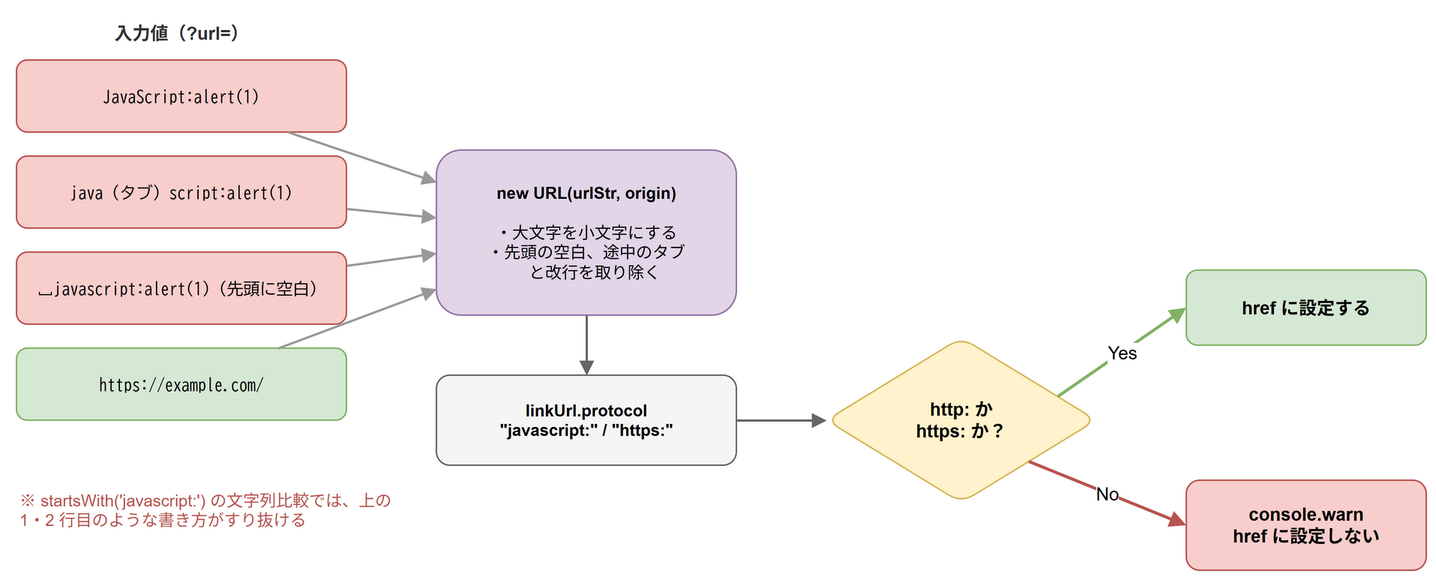
This is images/articles/security-cross-sitescripting-link/url-protocol-check.drawio.png from aew2sbee/zenn, a draw.io export, as it was before one commit. Source tidied: cells renumbered, new cells last; positions are measured from the earlier drawing's top-left corner, leaving out a move shared by most shapes. Its diagram source:
```xml
<mxGraphModel>
  <root>
    <mxCell id="0" />
    <mxCell id="1" parent="0" />
    <mxCell id="2" value="入力値（?url=）" style="text;html=1;whiteSpace=wrap;align=center;verticalAlign=middle;fontSize=12;fontColor=#333333;fontStyle=1;" parent="1" vertex="1">
      <mxGeometry width="220" height="24" as="geometry" />
    </mxCell>
    <mxCell id="3" value="JavaScript:alert(1)" style="rounded=1;whiteSpace=wrap;html=1;fontSize=11;fillColor=#f8cecc;strokeColor=#b85450;fontFamily=monospace;" parent="1" vertex="1">
      <mxGeometry y="30" width="220" height="48" as="geometry" />
    </mxCell>
    <mxCell id="4" value="java（タブ）script:alert(1)" style="rounded=1;whiteSpace=wrap;html=1;fontSize=11;fillColor=#f8cecc;strokeColor=#b85450;fontFamily=monospace;" parent="1" vertex="1">
      <mxGeometry y="94" width="220" height="48" as="geometry" />
    </mxCell>
    <mxCell id="5" value="␣javascript:alert(1)（先頭に空白）" style="rounded=1;whiteSpace=wrap;html=1;fontSize=11;fillColor=#f8cecc;strokeColor=#b85450;fontFamily=monospace;" parent="1" vertex="1">
      <mxGeometry y="158" width="220" height="48" as="geometry" />
    </mxCell>
    <mxCell id="6" value="https://example.com/" style="rounded=1;whiteSpace=wrap;html=1;fontSize=11;fillColor=#d5e8d4;strokeColor=#82b366;fontFamily=monospace;" parent="1" vertex="1">
      <mxGeometry y="222" width="220" height="48" as="geometry" />
    </mxCell>
    <mxCell id="7" value="&lt;b&gt;new URL(urlStr, origin)&lt;/b&gt;&lt;br&gt;&lt;br&gt;・大文字を小文字にする&lt;br&gt;・先頭の空白、途中のタブ&lt;br&gt;　と改行を取り除く" style="rounded=1;whiteSpace=wrap;html=1;fontSize=11;fillColor=#e1d5e7;strokeColor=#9673a6;" parent="1" vertex="1">
      <mxGeometry x="280" y="90" width="200" height="110" as="geometry" />
    </mxCell>
    <mxCell id="8" style="html=1;endArrow=block;endFill=1;strokeColor=#999999;strokeWidth=1.5;fontSize=12;labelBackgroundColor=#ffffff;" parent="1" edge="1" source="3" target="7">
      <mxGeometry relative="1" as="geometry" />
    </mxCell>
    <mxCell id="9" style="html=1;endArrow=block;endFill=1;strokeColor=#999999;strokeWidth=1.5;fontSize=12;labelBackgroundColor=#ffffff;" parent="1" edge="1" source="4" target="7">
      <mxGeometry relative="1" as="geometry" />
    </mxCell>
    <mxCell id="10" style="html=1;endArrow=block;endFill=1;strokeColor=#999999;strokeWidth=1.5;fontSize=12;labelBackgroundColor=#ffffff;" parent="1" edge="1" source="5" target="7">
      <mxGeometry relative="1" as="geometry" />
    </mxCell>
    <mxCell id="11" style="html=1;endArrow=block;endFill=1;strokeColor=#999999;strokeWidth=1.5;fontSize=12;labelBackgroundColor=#ffffff;" parent="1" edge="1" source="6" target="7">
      <mxGeometry relative="1" as="geometry" />
    </mxCell>
    <mxCell id="12" value="linkUrl.protocol&lt;br&gt;&quot;javascript:&quot; / &quot;https:&quot;" style="rounded=1;whiteSpace=wrap;html=1;fontSize=11;fillColor=#f5f5f5;strokeColor=#666666;fontStyle=1;" parent="1" vertex="1">
      <mxGeometry x="280" y="240" width="200" height="60" as="geometry" />
    </mxCell>
    <mxCell id="13" style="html=1;endArrow=block;endFill=1;strokeColor=#666666;strokeWidth=1.5;fontSize=12;labelBackgroundColor=#ffffff;" parent="1" edge="1" source="7" target="12">
      <mxGeometry relative="1" as="geometry" />
    </mxCell>
    <mxCell id="14" value="http: か&lt;br&gt;https: か？" style="rounded=1;whiteSpace=wrap;html=1;fontSize=12;fillColor=#fff2cc;strokeColor=#d6b656;fontStyle=1;rhombus;" parent="1" vertex="1">
      <mxGeometry x="540" y="215" width="180" height="110" as="geometry" />
    </mxCell>
    <mxCell id="15" style="html=1;endArrow=block;endFill=1;strokeColor=#666666;strokeWidth=1.5;fontSize=12;labelBackgroundColor=#ffffff;" parent="1" edge="1" source="12" target="14">
      <mxGeometry relative="1" as="geometry" />
    </mxCell>
    <mxCell id="16" value="href に設定する" style="rounded=1;whiteSpace=wrap;html=1;fontSize=12;fillColor=#d5e8d4;strokeColor=#82b366;fontStyle=1;" parent="1" vertex="1">
      <mxGeometry x="780" y="170" width="160" height="50" as="geometry" />
    </mxCell>
    <mxCell id="17" value="console.warn&lt;br&gt;href に設定しない" style="rounded=1;whiteSpace=wrap;html=1;fontSize=12;fillColor=#f8cecc;strokeColor=#b85450;fontStyle=1;" parent="1" vertex="1">
      <mxGeometry x="780" y="310" width="160" height="60" as="geometry" />
    </mxCell>
    <mxCell id="18" value="Yes" style="html=1;endArrow=block;endFill=1;strokeColor=#82b366;strokeWidth=2;fontSize=12;labelBackgroundColor=#ffffff;exitX=1;exitY=0.3;exitDx=0;exitDy=0;entryX=0;entryY=0.5;entryDx=0;entryDy=0;" parent="1" edge="1" source="14" target="16">
      <mxGeometry relative="1" as="geometry" />
    </mxCell>
    <mxCell id="19" value="No" style="html=1;endArrow=block;endFill=1;strokeColor=#b85450;strokeWidth=2;fontSize=12;labelBackgroundColor=#ffffff;exitX=0.8;exitY=0.8;exitDx=0;exitDy=0;entryX=0;entryY=0.5;entryDx=0;entryDy=0;" parent="1" edge="1" source="14" target="17">
      <mxGeometry relative="1" as="geometry" />
    </mxCell>
    <mxCell id="20" value="※ startsWith('javascript:') の文字列比較では、上の 1・2 行目のような書き方がすり抜ける" style="text;html=1;whiteSpace=wrap;align=left;verticalAlign=middle;fontSize=11;fontColor=#b85450;" parent="1" vertex="1">
      <mxGeometry y="300" width="260" height="60" as="geometry" />
    </mxCell>
  </root>
</mxGraphModel>
```
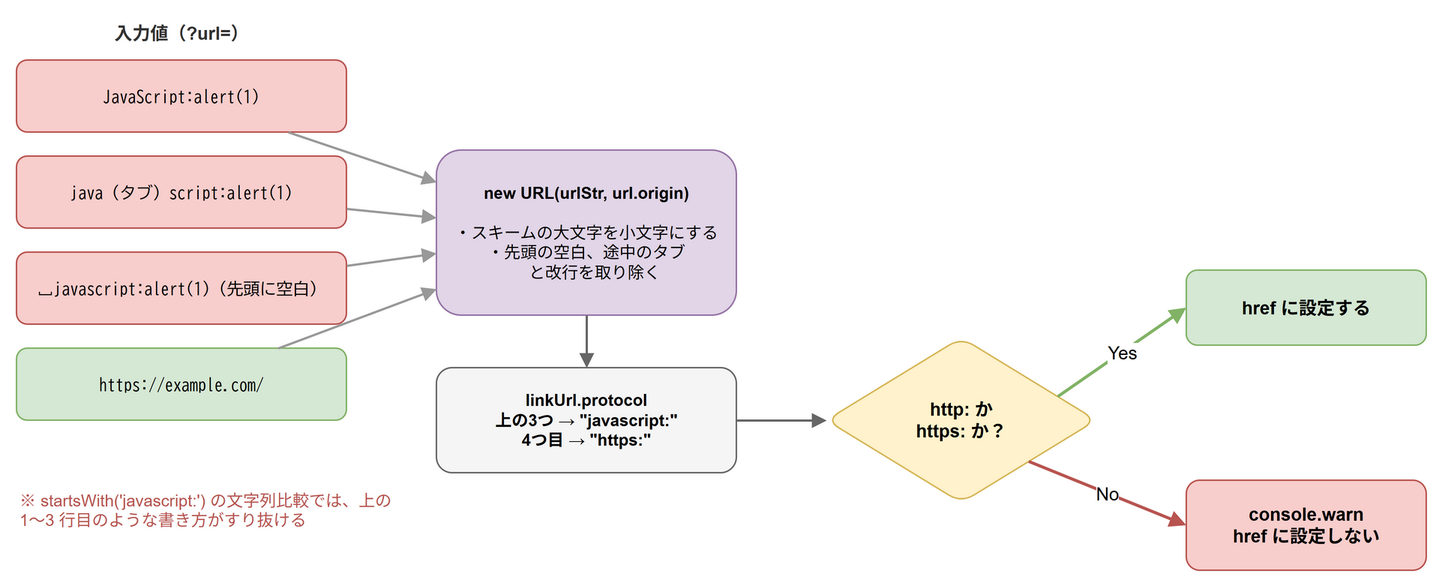
Above is the later version.

Commit message:
docs: XSSの記事の図をレビュー指摘に合わせて修正

Change to the diagram source:
```diff
@@ -17,7 +17,7 @@
     <mxCell id="6" value="https://example.com/" style="rounded=1;whiteSpace=wrap;html=1;fontSize=11;fillColor=#d5e8d4;strokeColor=#82b366;fontFamily=monospace;" parent="1" vertex="1">
       <mxGeometry y="222" width="220" height="48" as="geometry" />
     </mxCell>
-    <mxCell id="7" value="&lt;b&gt;new URL(urlStr, origin)&lt;/b&gt;&lt;br&gt;&lt;br&gt;・大文字を小文字にする&lt;br&gt;・先頭の空白、途中のタブ&lt;br&gt;　と改行を取り除く" style="rounded=1;whiteSpace=wrap;html=1;fontSize=11;fillColor=#e1d5e7;strokeColor=#9673a6;" parent="1" vertex="1">
+    <mxCell id="7" value="&lt;b&gt;new URL(urlStr, url.origin)&lt;/b&gt;&lt;br&gt;&lt;br&gt;・スキームの大文字を小文字にする&lt;br&gt;・先頭の空白、途中のタブ&lt;br&gt;　と改行を取り除く" style="rounded=1;whiteSpace=wrap;html=1;fontSize=11;fillColor=#e1d5e7;strokeColor=#9673a6;" parent="1" vertex="1">
       <mxGeometry x="280" y="90" width="200" height="110" as="geometry" />
     </mxCell>
     <mxCell id="8" style="html=1;endArrow=block;endFill=1;strokeColor=#999999;strokeWidth=1.5;fontSize=12;labelBackgroundColor=#ffffff;" parent="1" edge="1" source="3" target="7">
@@ -32,8 +32,8 @@
     <mxCell id="11" style="html=1;endArrow=block;endFill=1;strokeColor=#999999;strokeWidth=1.5;fontSize=12;labelBackgroundColor=#ffffff;" parent="1" edge="1" source="6" target="7">
       <mxGeometry relative="1" as="geometry" />
     </mxCell>
-    <mxCell id="12" value="linkUrl.protocol&lt;br&gt;&quot;javascript:&quot; / &quot;https:&quot;" style="rounded=1;whiteSpace=wrap;html=1;fontSize=11;fillColor=#f5f5f5;strokeColor=#666666;fontStyle=1;" parent="1" vertex="1">
-      <mxGeometry x="280" y="240" width="200" height="60" as="geometry" />
+    <mxCell id="12" value="linkUrl.protocol&lt;br&gt;上の3つ → &quot;javascript:&quot;&lt;br&gt;4つ目 → &quot;https:&quot;" style="rounded=1;whiteSpace=wrap;html=1;fontSize=11;fillColor=#f5f5f5;strokeColor=#666666;fontStyle=1;" parent="1" vertex="1">
+      <mxGeometry x="280" y="235" width="200" height="70" as="geometry" />
     </mxCell>
     <mxCell id="13" style="html=1;endArrow=block;endFill=1;strokeColor=#666666;strokeWidth=1.5;fontSize=12;labelBackgroundColor=#ffffff;" parent="1" edge="1" source="7" target="12">
       <mxGeometry relative="1" as="geometry" />
@@ -56,7 +56,7 @@
     <mxCell id="19" value="No" style="html=1;endArrow=block;endFill=1;strokeColor=#b85450;strokeWidth=2;fontSize=12;labelBackgroundColor=#ffffff;exitX=0.8;exitY=0.8;exitDx=0;exitDy=0;entryX=0;entryY=0.5;entryDx=0;entryDy=0;" parent="1" edge="1" source="14" target="17">
       <mxGeometry relative="1" as="geometry" />
     </mxCell>
-    <mxCell id="20" value="※ startsWith('javascript:') の文字列比較では、上の 1・2 行目のような書き方がすり抜ける" style="text;html=1;whiteSpace=wrap;align=left;verticalAlign=middle;fontSize=11;fontColor=#b85450;" parent="1" vertex="1">
+    <mxCell id="20" value="※ startsWith('javascript:') の文字列比較では、上の 1〜3 行目のような書き方がすり抜ける" style="text;html=1;whiteSpace=wrap;align=left;verticalAlign=middle;fontSize=11;fontColor=#b85450;" parent="1" vertex="1">
       <mxGeometry y="300" width="260" height="60" as="geometry" />
     </mxCell>
   </root>
```
